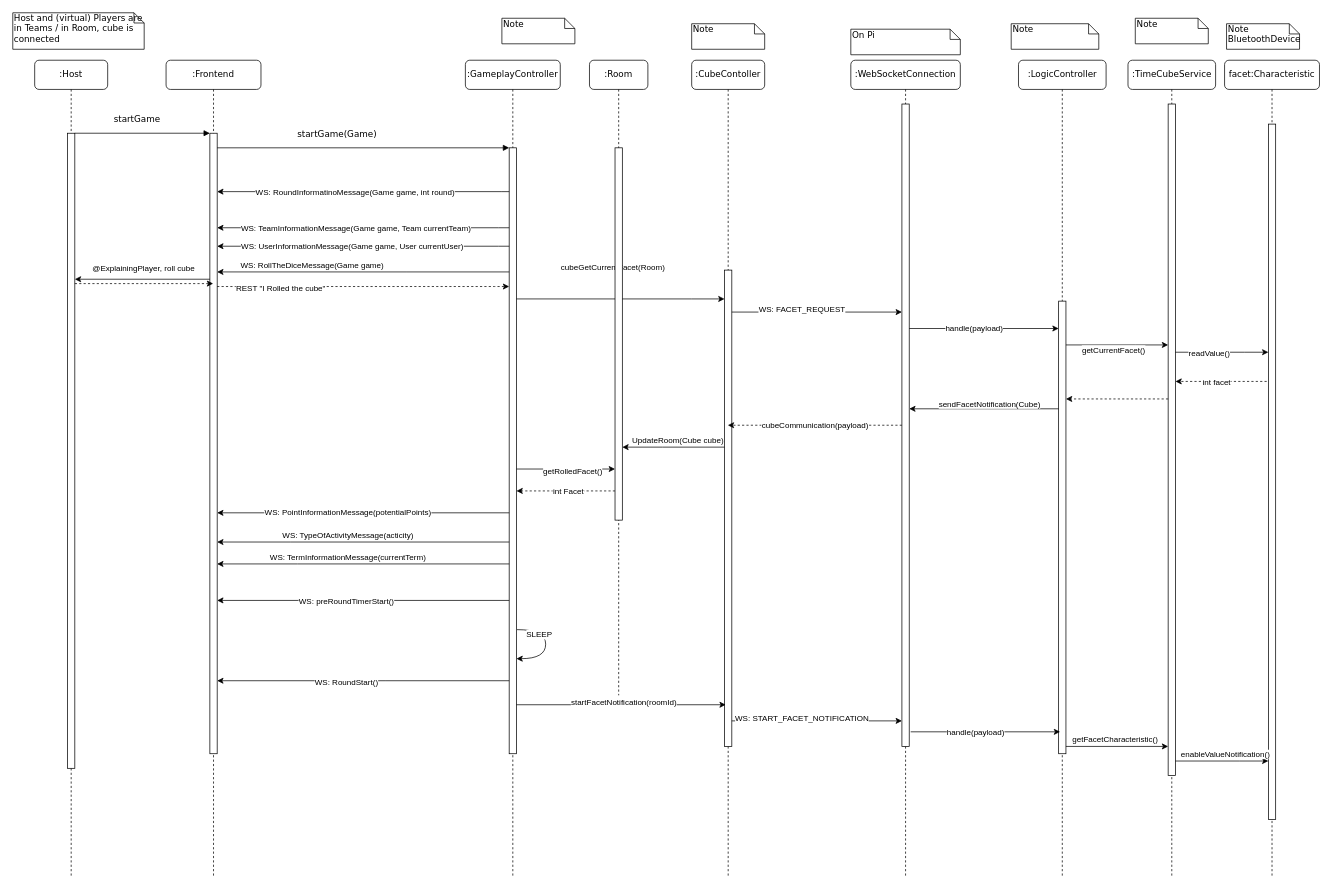
Above: documentation/diagrams/sequence_Gameplay_FrontendToCube.drawio in BeyerMart/softwareEngineeringClass-timeGuessGame (draw.io), before the change. Source tidied: cells renumbered, new cells numbered last; positions are measured from the earlier drawing's top-left corner, leaving out a move shared by most shapes. Both pictures are drawn from the tidied source at 73%, with x=0, y=0 at pixel (12, 12).
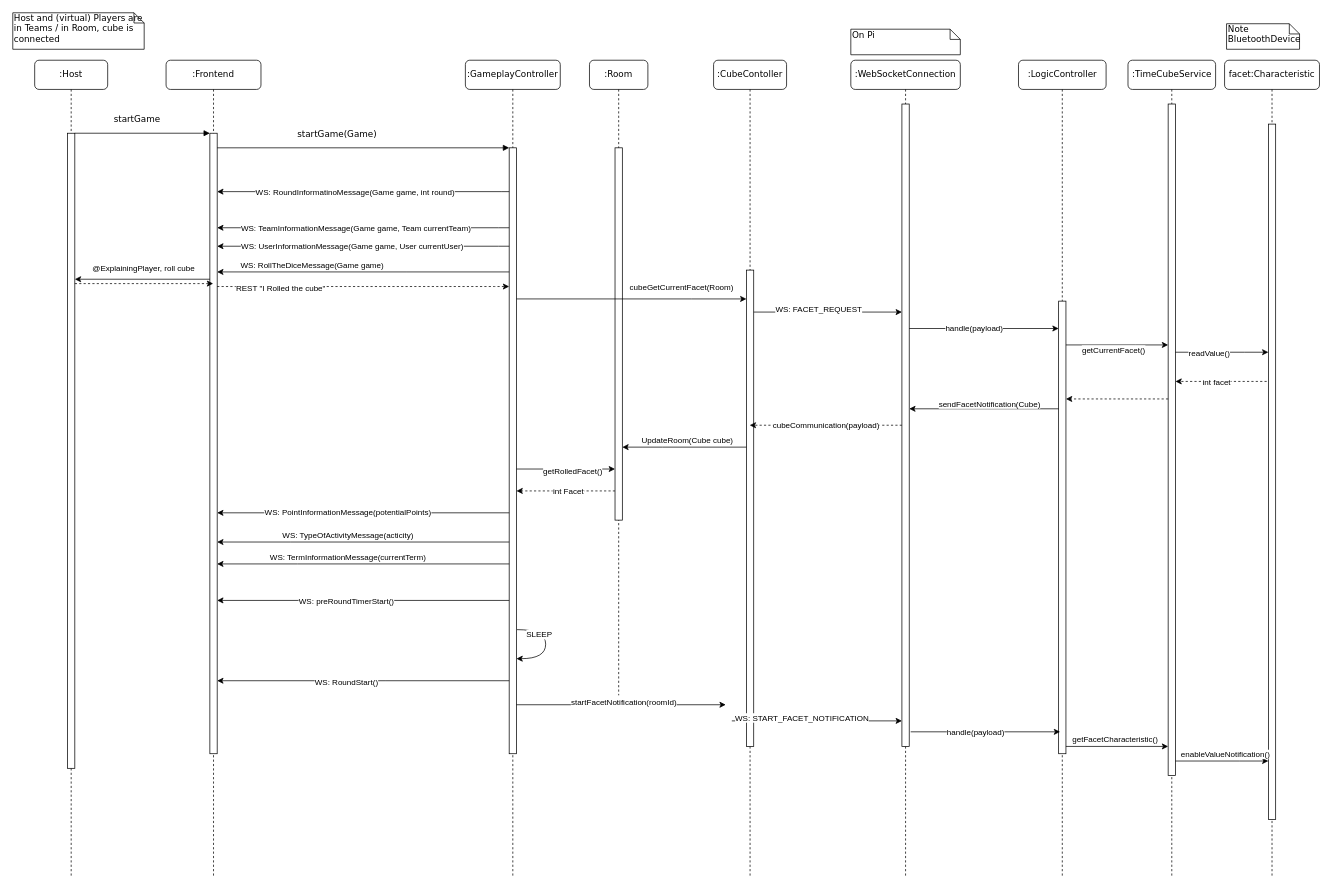
After the change.

Unchanged cells that the change refers to:
```xml
<mxCell id="5" style="html=1;points=[];perimeter=orthogonalPerimeter;rounded=0;shadow=0;comic=0;labelBackgroundColor=none;strokeWidth=1;fontFamily=Verdana;fontSize=12;align=center;" parent="4" vertex="1">
  <mxGeometry x="60" y="120" width="10" height="830" as="geometry" />
</mxCell>
<mxCell id="10" style="html=1;points=[];perimeter=orthogonalPerimeter;rounded=0;shadow=0;comic=0;labelBackgroundColor=none;strokeWidth=1;fontFamily=Verdana;fontSize=12;align=center;" parent="8" vertex="1">
  <mxGeometry x="45" y="287.5" width="10" height="652.5" as="geometry" />
</mxCell>
```

What changed in the source:
```diff
@@
     <mxCell id="8" value=":CubeContoller" style="shape=umlLifeline;perimeter=lifelinePerimeter;whiteSpace=wrap;html=1;outlineConnect=0;rounded=1;shadow=0;comic=0;labelBackgroundColor=none;strokeWidth=1;fontFamily=Verdana;fontSize=12;align=center;" parent="1" vertex="1">
-      <mxGeometry x="930" y="65" width="100" height="1120" as="geometry" />
+      <mxGeometry x="960" y="65" width="100" height="1120" as="geometry" />
     </mxCell>
@@
-    <mxCell id="24" value="Note" style="shape=note;whiteSpace=wrap;html=1;size=14;verticalAlign=top;align=left;spacingTop=-6;rounded=0;shadow=0;comic=0;labelBackgroundColor=none;strokeWidth=1;fontFamily=Verdana;fontSize=12;" parent="1" vertex="1">
-      <mxGeometry x="670" y="7.5" width="100" height="35" as="geometry" />
-    </mxCell>
-    <mxCell id="25" value="Note" style="shape=note;whiteSpace=wrap;html=1;size=14;verticalAlign=top;align=left;spacingTop=-6;rounded=0;shadow=0;comic=0;labelBackgroundColor=none;strokeWidth=1;fontFamily=Verdana;fontSize=12;" parent="1" vertex="1">
-      <mxGeometry x="930" y="15" width="100" height="35" as="geometry" />
-    </mxCell>
@@
-    <mxCell id="27" value="Note" style="shape=note;whiteSpace=wrap;html=1;size=14;verticalAlign=top;align=left;spacingTop=-6;rounded=0;shadow=0;comic=0;labelBackgroundColor=none;strokeWidth=1;fontFamily=Verdana;fontSize=12;" parent="1" vertex="1">
-      <mxGeometry x="1367.7" y="15" width="120" height="35" as="geometry" />
-    </mxCell>
-    <mxCell id="28" value="Note" style="shape=note;whiteSpace=wrap;html=1;size=14;verticalAlign=top;align=left;spacingTop=-6;rounded=0;shadow=0;comic=0;labelBackgroundColor=none;strokeWidth=1;fontFamily=Verdana;fontSize=12;" parent="1" vertex="1">
-      <mxGeometry x="1537.7" y="7.5" width="100" height="35" as="geometry" />
-    </mxCell>
@@
-    <mxCell id="37" style="edgeStyle=none;rounded=0;jettySize=auto;html=1;startArrow=none;startFill=0;endArrow=classic;endFill=1;" parent="1" edge="1" source="5" target="10">
-      <mxGeometry relative="1" as="geometry">
-        <Array as="points">
-          <mxPoint x="930" y="392" />
-        </Array>
-      </mxGeometry>
-    </mxCell>
-    <mxCell id="38" value="cubeGetCurrentFacet(Room)" style="edgeLabel;html=1;align=center;verticalAlign=middle;" parent="37" vertex="1">
-      <mxGeometry x="-0.06" relative="1" as="geometry">
-        <mxPoint x="-3" y="-44" as="offset" />
-      </mxGeometry>
-    </mxCell>
@@
+    <mxCell id="37" style="edgeStyle=none;rounded=0;jettySize=auto;html=1;startArrow=none;startFill=0;endArrow=classic;endFill=1;" parent="1" edge="1" source="5" target="10">
+      <mxGeometry relative="1" as="geometry">
+        <Array as="points">
+          <mxPoint x="930" y="392" />
+        </Array>
+      </mxGeometry>
+    </mxCell>
+    <mxCell id="38" value="cubeGetCurrentFacet(Room)" style="edgeLabel;html=1;align=center;verticalAlign=middle;" parent="37" vertex="1">
+      <mxGeometry x="-0.06" relative="1" as="geometry">
+        <mxPoint x="77" y="-17" as="offset" />
+      </mxGeometry>
+    </mxCell>
```
